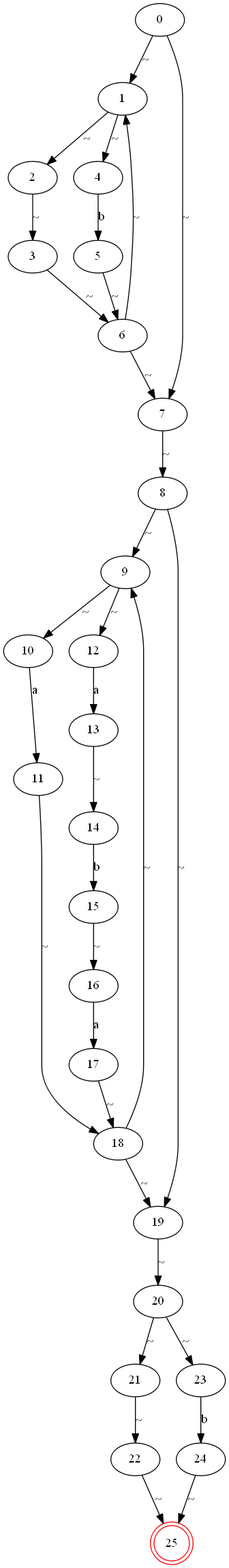
The Graphviz diagram image/test_nfa.png in JameyWoo/re2graph, before a commit. Its source is kept beside it as tmp/test_nfa.dot. The source it was exported from:
```dot
digraph {
	0 [label="0"]
	1 [label="1"]
	2 [label="2"]
	3 [label="3"]
	4 [label="4"]
	5 [label="5"]
	6 [label="6"]
	7 [label="7"]
	8 [label="8"]
	9 [label="9"]
	10 [label="10"]
	11 [label="11"]
	12 [label="12"]
	13 [label="13"]
	14 [label="14"]
	15 [label="15"]
	16 [label="16"]
	17 [label="17"]
	18 [label="18"]
	19 [label="19"]
	20 [label="20"]
	21 [label="21"]
	22 [label="22"]
	23 [label="23"]
	24 [label="24"]
	25 [label="25" color=red shape=doublecircle]
	0 -> 1 [label="~"]
	0 -> 7 [label="~"]
	1 -> 2 [label="~"]
	1 -> 4 [label="~"]
	2 -> 3 [label="~"]
	3 -> 6 [label="~"]
	4 -> 5 [label="b"]
	5 -> 6 [label="~"]
	6 -> 1 [label="~"]
	6 -> 7 [label="~"]
	7 -> 8 [label="~"]
	8 -> 9 [label="~"]
	8 -> 19 [label="~"]
	9 -> 10 [label="~"]
	9 -> 12 [label="~"]
	10 -> 11 [label="a"]
	11 -> 18 [label="~"]
	12 -> 13 [label="a"]
	13 -> 14 [label="~"]
	14 -> 15 [label="b"]
	15 -> 16 [label="~"]
	16 -> 17 [label="a"]
	17 -> 18 [label="~"]
	18 -> 9 [label="~"]
	18 -> 19 [label="~"]
	19 -> 20 [label="~"]
	20 -> 21 [label="~"]
	20 -> 23 [label="~"]
	21 -> 22 [label="~"]
	22 -> 25 [label="~"]
	23 -> 24 [label="b"]
	24 -> 25 [label="~"]
}
```
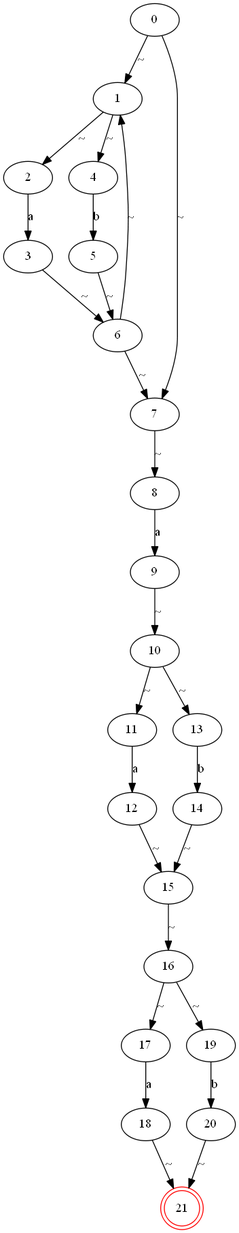
Later version of the same file.

What changed in the source:
```diff
@@ -20,41 +20,31 @@
 	18 [label="18"]
 	19 [label="19"]
 	20 [label="20"]
-	21 [label="21"]
-	22 [label="22"]
-	23 [label="23"]
-	24 [label="24"]
-	25 [label="25" color=red shape=doublecircle]
+	21 [label="21" color=red shape=doublecircle]
 	0 -> 1 [label="~"]
 	0 -> 7 [label="~"]
 	1 -> 2 [label="~"]
 	1 -> 4 [label="~"]
-	2 -> 3 [label="~"]
+	2 -> 3 [label="a"]
 	3 -> 6 [label="~"]
 	4 -> 5 [label="b"]
 	5 -> 6 [label="~"]
 	6 -> 1 [label="~"]
 	6 -> 7 [label="~"]
 	7 -> 8 [label="~"]
-	8 -> 9 [label="~"]
-	8 -> 19 [label="~"]
+	8 -> 9 [label="a"]
 	9 -> 10 [label="~"]
-	9 -> 12 [label="~"]
-	10 -> 11 [label="a"]
-	11 -> 18 [label="~"]
-	12 -> 13 [label="a"]
-	13 -> 14 [label="~"]
-	14 -> 15 [label="b"]
+	10 -> 11 [label="~"]
+	10 -> 13 [label="~"]
+	11 -> 12 [label="a"]
+	12 -> 15 [label="~"]
+	13 -> 14 [label="b"]
+	14 -> 15 [label="~"]
 	15 -> 16 [label="~"]
-	16 -> 17 [label="a"]
-	17 -> 18 [label="~"]
-	18 -> 9 [label="~"]
-	18 -> 19 [label="~"]
-	19 -> 20 [label="~"]
+	16 -> 17 [label="~"]
+	16 -> 19 [label="~"]
+	17 -> 18 [label="a"]
+	18 -> 21 [label="~"]
+	19 -> 20 [label="b"]
 	20 -> 21 [label="~"]
-	20 -> 23 [label="~"]
-	21 -> 22 [label="~"]
-	22 -> 25 [label="~"]
-	23 -> 24 [label="b"]
-	24 -> 25 [label="~"]
 }
```
